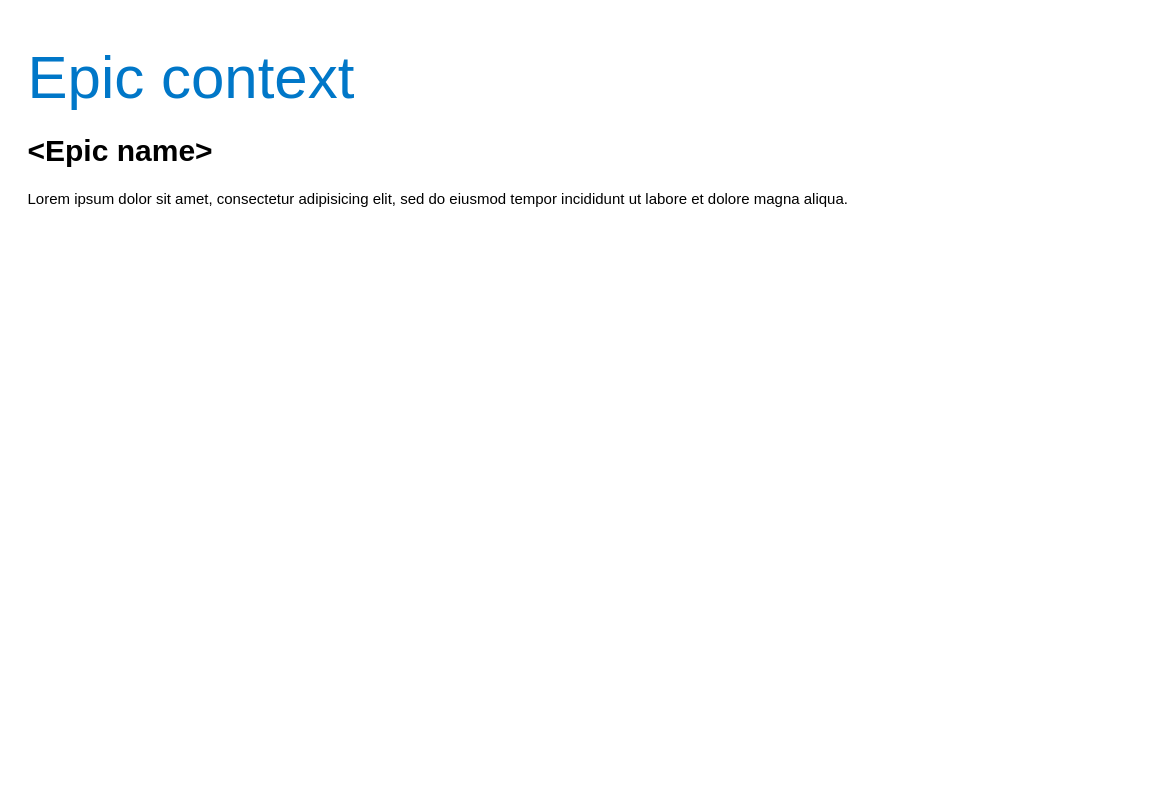
This is page "Epic Context Toets" (1 of 6) of ESA-AIP-BeheerToets.drawio from luchthandel/diagrams, a draw.io file, before an edit. Source tidied: cells renumbered, new cells numbered last; positions are measured from the earlier drawing's top-left corner, leaving out a move shared by most shapes. Both pictures are drawn from the tidied source at 125%, with x=0, y=0 at pixel (21, 34).
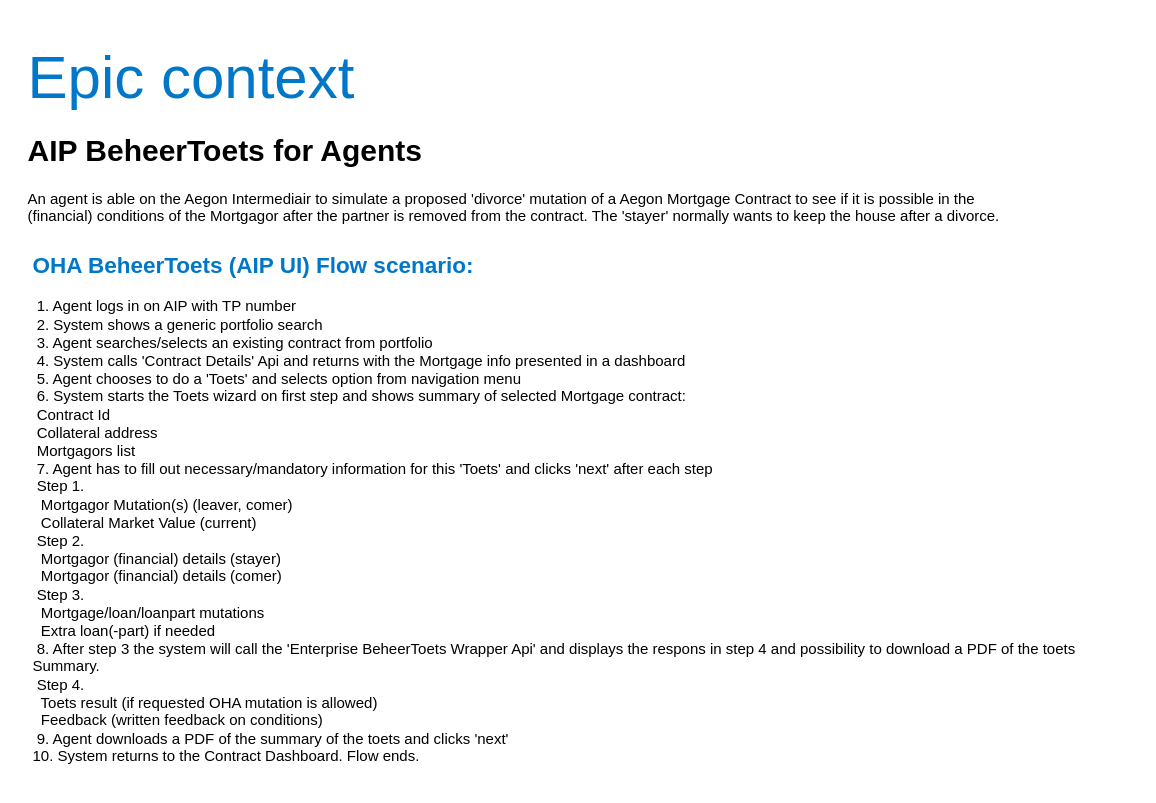
After the change.

Change to the diagram source:
```diff
@@
 <mxGraphModel>
   <root>
     <mxCell id="0" />
     <mxCell id="1" parent="0" />
-    <mxCell id="2" value="&lt;h1 style=&quot;white-space: nowrap&quot;&gt;&lt;font color=&quot;#0077c8&quot; style=&quot;font-weight: normal ; font-size: 48px&quot;&gt;Epic context&lt;/font&gt;&lt;/h1&gt;&lt;h1&gt;&amp;lt;Epic name&amp;gt;&lt;/h1&gt;&lt;p&gt;Lorem ipsum dolor sit amet, consectetur adipisicing elit, sed do eiusmod tempor incididunt ut labore et dolore magna aliqua.&lt;/p&gt;" style="text;html=1;strokeColor=none;fillColor=none;spacing=5;spacingTop=-20;whiteSpace=wrap;overflow=hidden;rounded=0;" parent="1" vertex="1">
+    <mxCell id="2" value="&lt;h1 style=&quot;white-space: nowrap&quot;&gt;&lt;font color=&quot;#0077c8&quot; style=&quot;font-weight: normal ; font-size: 48px&quot;&gt;Epic context&lt;/font&gt;&lt;/h1&gt;&lt;h1&gt;AIP BeheerToets for Agents&lt;/h1&gt;&lt;p&gt;An agent is able on the Aegon Intermediair to simulate a proposed 'divorce' mutation of a Aegon Mortgage Contract to see if it is possible in the (financial) conditions of the Mortgagor after the partner is removed from the contract. The 'stayer' normally wants to keep the house after a divorce.&lt;/p&gt;" style="text;html=1;strokeColor=none;fillColor=none;spacing=5;spacingTop=-20;whiteSpace=wrap;overflow=hidden;rounded=0;" parent="1" vertex="1">
       <mxGeometry width="790" height="160" as="geometry" />
     </mxCell>
+    <mxCell id="3" value="&lt;p&gt;&lt;/p&gt;&lt;h2&gt;&lt;font color=&quot;#0077c8&quot;&gt;OHA BeheerToets (AIP UI) Flow scenario:&lt;/font&gt;&lt;/h2&gt;&amp;nbsp;1. Agent logs in on AIP with TP number&lt;br&gt;&amp;nbsp;2. System shows a generic portfolio search&lt;br&gt;&amp;nbsp;3. Agent searches/selects an existing contract from portfolio&lt;br&gt;&amp;nbsp;4. System calls 'Contract Details' Api and returns with the Mortgage info presented in a dashboard&lt;br&gt;&amp;nbsp;5. Agent chooses to do a 'Toets' and selects option from navigation menu&lt;br&gt;&amp;nbsp;6. System starts the Toets wizard on first step and shows summary of selected Mortgage contract:&lt;br&gt;&lt;span style=&quot;white-space: pre&quot;&gt; &lt;/span&gt;Contract Id&lt;br&gt;&lt;span style=&quot;white-space: pre&quot;&gt; &lt;/span&gt;Collateral address&lt;br&gt;&lt;span style=&quot;white-space: pre&quot;&gt; &lt;/span&gt;Mortgagors list&lt;br&gt;&amp;nbsp;7. Agent has to fill out necessary/mandatory information for this 'Toets' and clicks 'next' after each step&lt;br&gt;&lt;span style=&quot;white-space: pre&quot;&gt; &lt;/span&gt;Step 1.&lt;br&gt;&lt;span style=&quot;white-space: pre&quot;&gt;  &lt;/span&gt;Mortgagor Mutation(s) (leaver, comer)&lt;br&gt;&lt;span style=&quot;white-space: pre&quot;&gt;  &lt;/span&gt;Collateral Market Value (current)&lt;br&gt;&lt;span style=&quot;white-space: pre&quot;&gt; &lt;/span&gt;Step 2.&lt;br&gt;&lt;span style=&quot;white-space: pre&quot;&gt;  &lt;/span&gt;Mortgagor (financial) details (stayer)&lt;br&gt;&lt;span style=&quot;white-space: pre&quot;&gt;  &lt;/span&gt;Mortgagor (financial) details (comer)&lt;br&gt;&lt;span style=&quot;white-space: pre&quot;&gt; &lt;/span&gt;Step 3.&lt;br&gt;&lt;span style=&quot;white-space: pre&quot;&gt;  &lt;/span&gt;Mortgage/loan/loanpart mutations&lt;br&gt;&lt;span style=&quot;white-space: pre&quot;&gt;  &lt;/span&gt;Extra loan(-part) if needed&lt;br&gt;&amp;nbsp;8. After step 3 the system will call the 'Enterprise BeheerToets Wrapper Api' and displays the respons in step 4 and possibility to download a PDF of the toets Summary.&lt;br&gt;&lt;span style=&quot;white-space: pre&quot;&gt; &lt;/span&gt;Step 4.&lt;br&gt;&lt;span style=&quot;white-space: pre&quot;&gt;  &lt;/span&gt;Toets result (if requested OHA mutation is allowed)&lt;br&gt;&lt;span style=&quot;white-space: pre&quot;&gt;  &lt;/span&gt;Feedback (written feedback on conditions)&lt;br&gt;&amp;nbsp;9. Agent downloads a PDF of the summary of the toets and clicks 'next'&lt;br&gt;10. System returns to the Contract Dashboard. Flow ends.&lt;p&gt;&lt;/p&gt;" style="text;html=1;strokeColor=none;fillColor=none;spacing=5;spacingTop=-20;whiteSpace=wrap;overflow=hidden;rounded=0;" parent="1" vertex="1">
+      <mxGeometry x="4" y="170" width="887" height="428" as="geometry" />
+    </mxCell>
   </root>
 </mxGraphModel>
```
